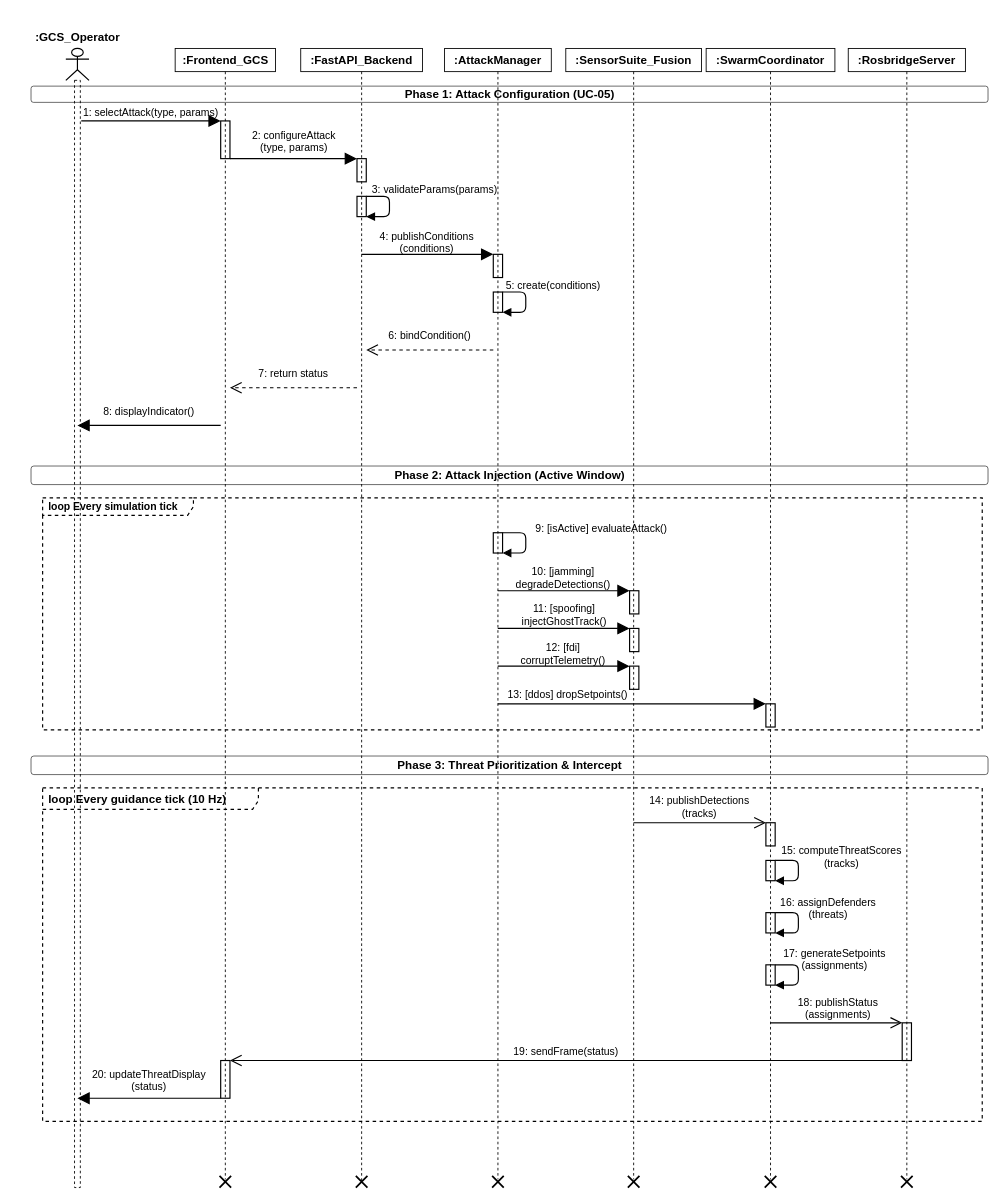
This is 17_sequence_cyberattack_threat.drawio from syedmohammad611/diagrams, a draw.io file, before an edit. Source tidied: cells renumbered, new cells numbered last; positions are measured from the earlier drawing's top-left corner, leaving out a move shared by most shapes. Both pictures are drawn from the tidied source at 58%, with x=0, y=0 at pixel (31, 48).
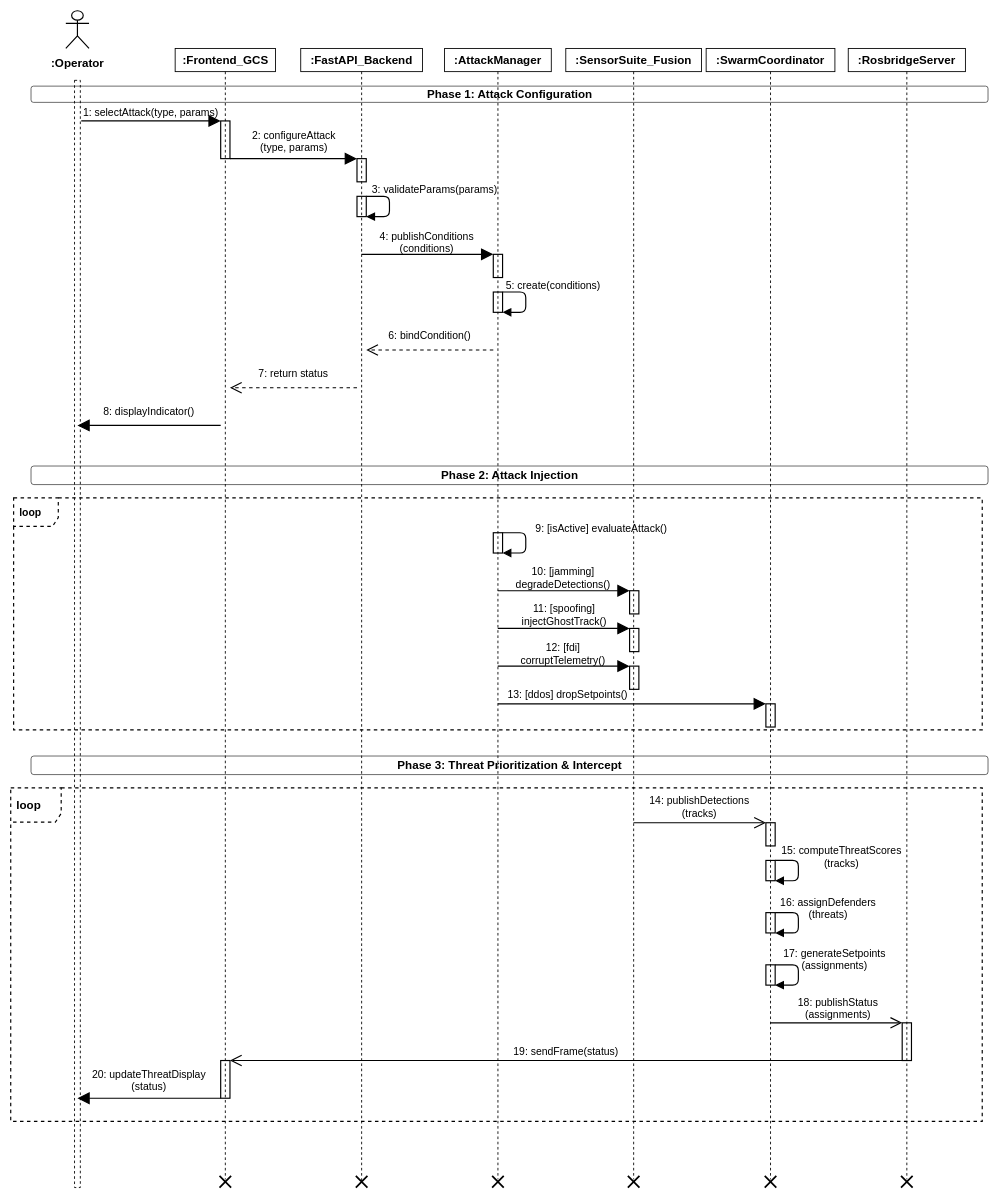
The same diagram, later.

Diff of the diagram source:
```diff
@@
-<mxGraphModel>
+<mxGraphModel background="#ffffff">
@@
-    <mxCell id="2" value="&lt;b&gt;:GCS_Operator&lt;/b&gt;" style="shape=umlActor;html=1;fillColor=none;strokeColor=#000000;strokeWidth=2;fontFamily=Helvetica;fontColor=#000000;fontSize=20;fontStyle=1;verticalLabelPosition=top;verticalAlign=bottom;spacingBottom=6;" parent="1" vertex="1">
-      <mxGeometry x="60" width="40" height="55" as="geometry" />
-    </mxCell>
@@
-    <mxCell id="27" value="&lt;b&gt;&lt;font style=&quot;font-size: 20px;&quot;&gt;Phase 1: Attack Configuration (UC-05)&lt;/font&gt;&lt;/b&gt;" style="text;html=1;strokeColor=#000000;fillColor=none;align=center;verticalAlign=middle;fontFamily=Helvetica;fontColor=#000000;rounded=1;strokeWidth=1;fontStyle=1;fontSize=18;" parent="1" vertex="1">
+    <mxCell id="27" value="&lt;b&gt;&lt;font style=&quot;font-size: 20px;&quot;&gt;Phase 1: Attack Configuration&lt;/font&gt;&lt;/b&gt;" style="text;html=1;strokeColor=#000000;fillColor=none;align=center;verticalAlign=middle;fontFamily=Helvetica;fontColor=#000000;rounded=1;strokeWidth=1;fontStyle=1;fontSize=18;" parent="1" vertex="1">
       <mxGeometry y="65" width="1650" height="28" as="geometry" />
     </mxCell>
@@
-    <mxCell id="36" value="&lt;b&gt;&lt;font style=&quot;font-size: 20px;&quot;&gt;Phase 2: Attack Injection (Active Window)&lt;/font&gt;&lt;/b&gt;" style="text;html=1;strokeColor=#000000;fillColor=none;align=center;verticalAlign=middle;fontFamily=Helvetica;fontColor=#000000;rounded=1;strokeWidth=1;fontStyle=1;fontSize=18;" parent="1" vertex="1">
+    <mxCell id="36" value="&lt;b&gt;&lt;font style=&quot;font-size: 20px;&quot;&gt;Phase 2: Attack Injection&lt;/font&gt;&lt;/b&gt;" style="text;html=1;strokeColor=#000000;fillColor=none;align=center;verticalAlign=middle;fontFamily=Helvetica;fontColor=#000000;rounded=1;strokeWidth=1;fontStyle=1;fontSize=18;" parent="1" vertex="1">
       <mxGeometry y="720" width="1650" height="32" as="geometry" />
     </mxCell>
-    <mxCell id="37" value="&lt;b&gt;loop Every simulation tick&lt;/b&gt;" style="shape=umlFrame;whiteSpace=wrap;html=1;width=260;height=30;boundedLbl=1;verticalAlign=middle;align=left;spacingLeft=8;fillColor=none;strokeColor=#000000;dashed=1;fontColor=#000000;fontFamily=Helvetica;fontStyle=1;fontSize=18;strokeWidth=2;" parent="1" vertex="1">
-      <mxGeometry x="20" y="775" width="1620" height="400" as="geometry" />
+    <mxCell id="37" value="&lt;b&gt;loop&lt;/b&gt;" style="shape=umlFrame;whiteSpace=wrap;html=1;width=77;height=49;boundedLbl=1;verticalAlign=middle;align=left;spacingLeft=8;fillColor=none;strokeColor=#000000;dashed=1;fontColor=#000000;fontFamily=Helvetica;fontStyle=1;fontSize=18;strokeWidth=2;" parent="1" vertex="1">
+      <mxGeometry x="-30" y="775" width="1670" height="400" as="geometry" />
     </mxCell>
@@
-    <mxCell id="44" value="&lt;b&gt;&lt;font style=&quot;font-size: 20px;&quot;&gt;loop Every guidance tick (10 Hz)&lt;/font&gt;&lt;/b&gt;" style="shape=umlFrame;whiteSpace=wrap;html=1;width=372;height=37;boundedLbl=1;verticalAlign=middle;align=left;spacingLeft=8;fillColor=none;strokeColor=#000000;dashed=1;fontColor=#000000;fontFamily=Helvetica;fontStyle=1;fontSize=18;strokeWidth=2;" parent="1" vertex="1">
-      <mxGeometry x="20" y="1275" width="1620" height="575" as="geometry" />
+    <mxCell id="44" value="&lt;b&gt;&lt;font style=&quot;font-size: 20px;&quot;&gt;loop&amp;nbsp;&lt;/font&gt;&lt;/b&gt;" style="shape=umlFrame;whiteSpace=wrap;html=1;width=87;height=59;boundedLbl=1;verticalAlign=middle;align=left;spacingLeft=8;fillColor=none;strokeColor=#000000;dashed=1;fontColor=#000000;fontFamily=Helvetica;fontStyle=1;fontSize=18;strokeWidth=2;" parent="1" vertex="1">
+      <mxGeometry x="-35" y="1275" width="1675" height="575" as="geometry" />
     </mxCell>
@@
+    <mxCell id="57" value="&lt;b&gt;&lt;font style=&quot;font-size: 20px;&quot;&gt;:Operator&lt;/font&gt;&lt;/b&gt;" style="shape=umlActor;html=1;fillColor=none;strokeColor=#000000;strokeWidth=2;fontFamily=Helvetica;fontColor=#000000;fontSize=15;fontStyle=1;verticalLabelPosition=bottom;verticalAlign=top;spacingTop=6;" parent="1" vertex="1">
+      <mxGeometry x="60" y="-65" width="40" height="65" as="geometry" />
+    </mxCell>
```
